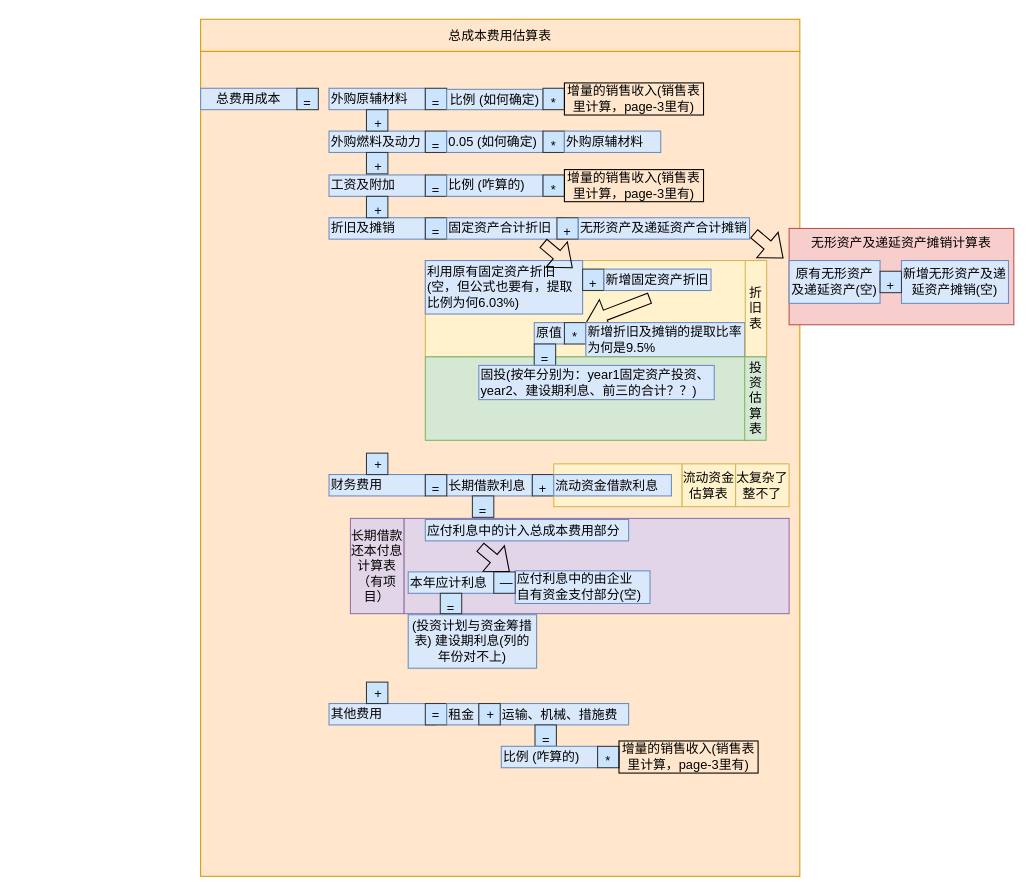
This is page "总费用成本" (4 of 4) of Untitled Diagram.drawio from Yatttin/attention-nmt, a draw.io file, before an edit. Source tidied: cells renumbered, new cells numbered last; positions are measured from the earlier drawing's top-left corner, leaving out a move shared by most shapes. Both pictures are drawn from the tidied source at 107%, with x=0, y=0 at pixel (200, 18).
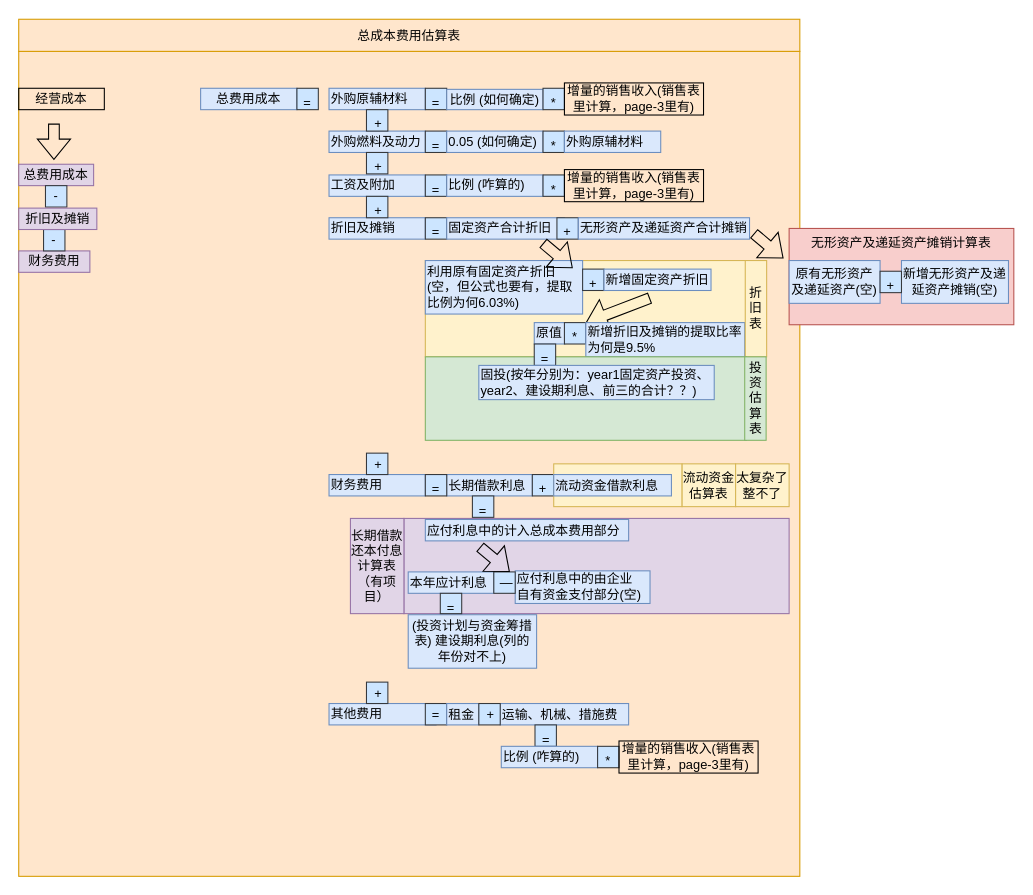
The same page after the edit.

What changed in the source:
```diff
@@
     <mxCell id="2" style="rounded=0;whiteSpace=wrap;html=1;fillColor=#ffe6cc;strokeColor=#d79b00;" parent="1" vertex="1">
-      <mxGeometry y="30.5" width="560" height="771" as="geometry" />
+      <mxGeometry x="-170" y="30.5" width="730" height="771" as="geometry" />
     </mxCell>
@@
     <mxCell id="29" value="总成本费用估算表" style="rounded=0;whiteSpace=wrap;html=1;fillColor=#ffe6cc;strokeColor=#d79b00;" parent="1" vertex="1">
-      <mxGeometry y="0.5" width="560" height="30" as="geometry" />
+      <mxGeometry x="-170" y="0.5" width="730" height="30" as="geometry" />
     </mxCell>
@@
+    <mxCell id="77" value="经营成本" style="rounded=0;whiteSpace=wrap;html=1;fontFamily=Helvetica;fontSize=12;fontColor=default;fillColor=none;gradientColor=none;" parent="1" vertex="1">
+      <mxGeometry x="-170" y="65" width="80" height="20" as="geometry" />
+    </mxCell>
+    <mxCell id="78" value="总费用成本" style="rounded=0;whiteSpace=wrap;html=1;fillColor=#e1d5e7;strokeColor=#9673a6;" parent="1" vertex="1">
+      <mxGeometry x="-170" y="136" width="70" height="20" as="geometry" />
+    </mxCell>
+    <mxCell id="79" value="财务费用" style="rounded=0;whiteSpace=wrap;html=1;fillColor=#e1d5e7;strokeColor=#9673a6;" parent="1" vertex="1">
+      <mxGeometry x="-170" y="217" width="66.5" height="20" as="geometry" />
+    </mxCell>
+    <mxCell id="80" value="&lt;div style=&quot;&quot;&gt;-&lt;/div&gt;" style="text;whiteSpace=wrap;html=1;fillColor=#cce5ff;strokeColor=#36393d;align=center;direction=south;verticalAlign=middle;" parent="1" vertex="1">
+      <mxGeometry x="-145" y="156" width="20" height="20" as="geometry" />
+    </mxCell>
+    <mxCell id="81" value="&lt;div style=&quot;&quot;&gt;-&lt;/div&gt;" style="text;whiteSpace=wrap;html=1;fillColor=#cce5ff;strokeColor=#36393d;align=center;direction=south;verticalAlign=middle;" parent="1" vertex="1">
+      <mxGeometry x="-146.8" y="197" width="20" height="20" as="geometry" />
+    </mxCell>
+    <mxCell id="82" value="折旧及摊销" style="rounded=0;whiteSpace=wrap;html=1;fillColor=#e1d5e7;strokeColor=#9673a6;" parent="1" vertex="1">
+      <mxGeometry x="-170" y="177" width="73" height="20" as="geometry" />
+    </mxCell>
+    <mxCell id="83" style="shape=flexArrow;endArrow=classic;html=1;rounded=0;fontFamily=Helvetica;fontSize=12;fontColor=default;" parent="1" edge="1">
+      <mxGeometry relative="1" as="geometry">
+        <mxPoint x="-137.1" y="98" as="sourcePoint" />
+        <mxPoint x="-137.1" y="132" as="targetPoint" />
+      </mxGeometry>
+    </mxCell>
```
